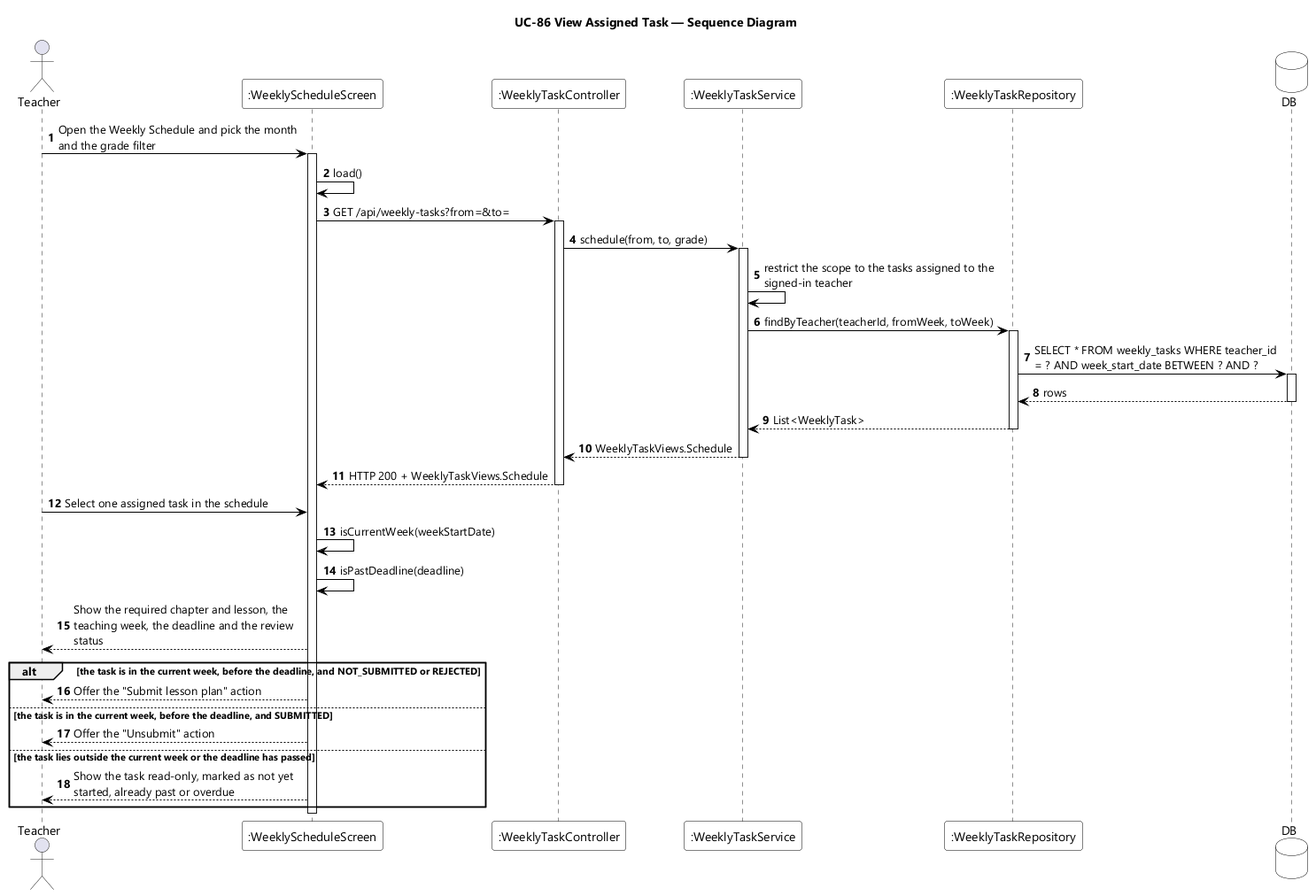
This is designs/sds-diagrams/uc86/uc86-sequence-diagram.png from EduA-system/EduA-system, a PlantUML export, as it was before one commit.
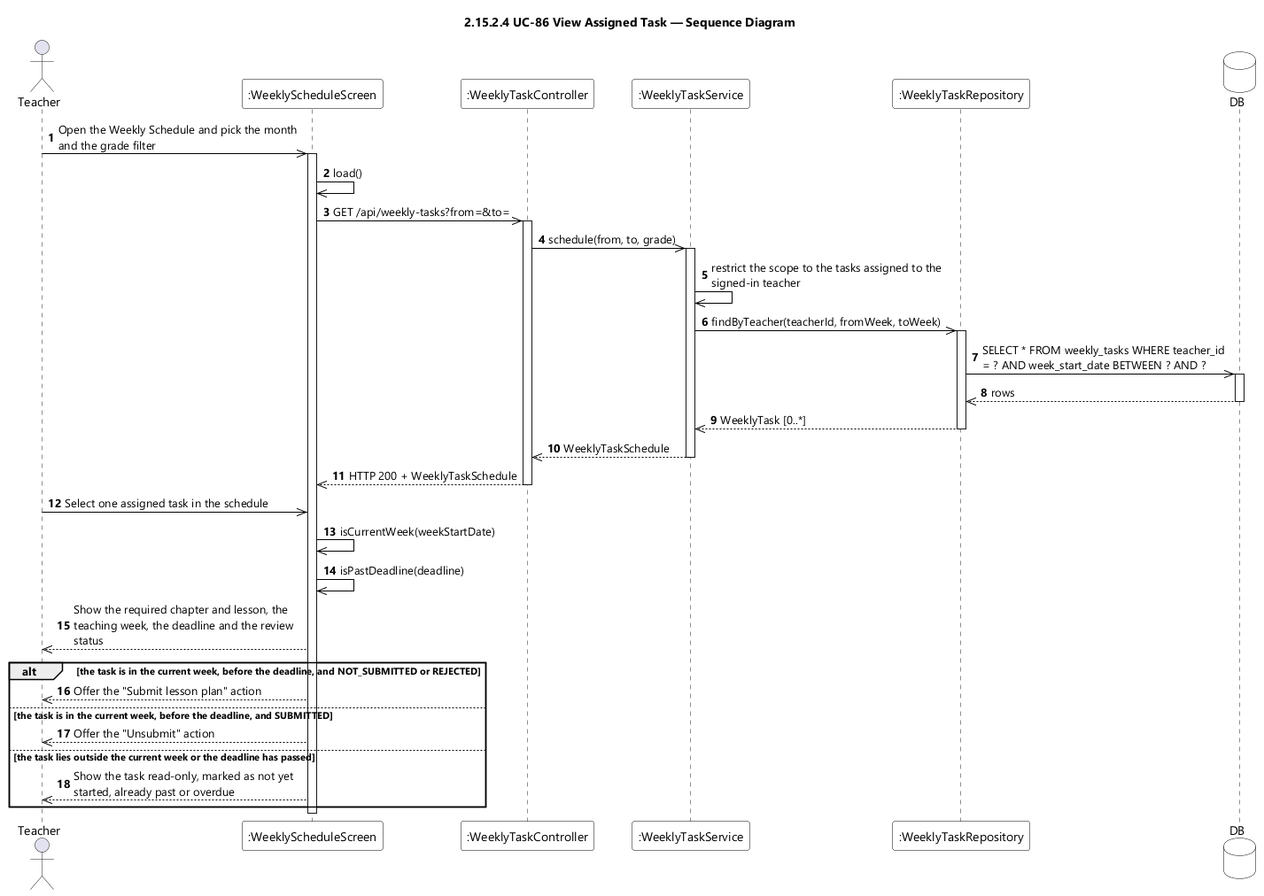
Above is the later version.

The edit, as a diff of the source:
```diff
@@ -9,7 +9,7 @@
 skinparam ArrowColor #000000
 skinparam sequenceMessageAlign left
 skinparam maxMessageSize 280
-title UC-86 View Assigned Task — Sequence Diagram
+title 2.15.2.4 UC-86 View Assigned Task — Sequence Diagram
 
 actor Teacher
 participant ":WeeklyScheduleScreen" as UI
@@ -19,38 +19,38 @@
 database DB
 
 autonumber
-Teacher -> UI : Open the Weekly Schedule and pick the month and the grade filter
+Teacher ->> UI : Open the Weekly Schedule and pick the month and the grade filter
 activate UI
-UI -> UI : load()
-UI -> CTL : GET /api/weekly-tasks?from=&to=
+UI ->> UI : load()
+UI ->> CTL : GET /api/weekly-tasks?from=&to=
 activate CTL
-CTL -> SVC : schedule(from, to, grade)
+CTL ->> SVC : schedule(from, to, grade)
 activate SVC
-SVC -> SVC : restrict the scope to the tasks assigned to the signed-in teacher
-SVC -> REPO : findByTeacher(teacherId, fromWeek, toWeek)
+SVC ->> SVC : restrict the scope to the tasks assigned to the signed-in teacher
+SVC ->> REPO : findByTeacher(teacherId, fromWeek, toWeek)
 activate REPO
-REPO -> DB : SELECT * FROM weekly_tasks WHERE teacher_id = ? AND week_start_date BETWEEN ? AND ?
+REPO ->> DB : SELECT * FROM weekly_tasks WHERE teacher_id = ? AND week_start_date BETWEEN ? AND ?
 activate DB
-DB --> REPO : rows
+DB -->> REPO : rows
 deactivate DB
-REPO --> SVC : List<WeeklyTask>
+REPO -->> SVC : WeeklyTask [0..*]
 deactivate REPO
-SVC --> CTL : WeeklyTaskViews.Schedule
+SVC -->> CTL : WeeklyTaskSchedule
 deactivate SVC
-CTL --> UI : HTTP 200 + WeeklyTaskViews.Schedule
+CTL -->> UI : HTTP 200 + WeeklyTaskSchedule
 deactivate CTL
 
-Teacher -> UI : Select one assigned task in the schedule
-UI -> UI : isCurrentWeek(weekStartDate)
-UI -> UI : isPastDeadline(deadline)
-UI --> Teacher : Show the required chapter and lesson, the teaching week, the deadline and the review status
+Teacher ->> UI : Select one assigned task in the schedule
+UI ->> UI : isCurrentWeek(weekStartDate)
+UI ->> UI : isPastDeadline(deadline)
+UI -->> Teacher : Show the required chapter and lesson, the teaching week, the deadline and the review status
 
 alt the task is in the current week, before the deadline, and NOT_SUBMITTED or REJECTED
-  UI --> Teacher : Offer the "Submit lesson plan" action
+  UI -->> Teacher : Offer the "Submit lesson plan" action
 else the task is in the current week, before the deadline, and SUBMITTED
-  UI --> Teacher : Offer the "Unsubmit" action
+  UI -->> Teacher : Offer the "Unsubmit" action
 else the task lies outside the current week or the deadline has passed
-  UI --> Teacher : Show the task read-only, marked as not yet started, already past or overdue
+  UI -->> Teacher : Show the task read-only, marked as not yet started, already past or overdue
 end
 deactivate UI
 @enduml
```
